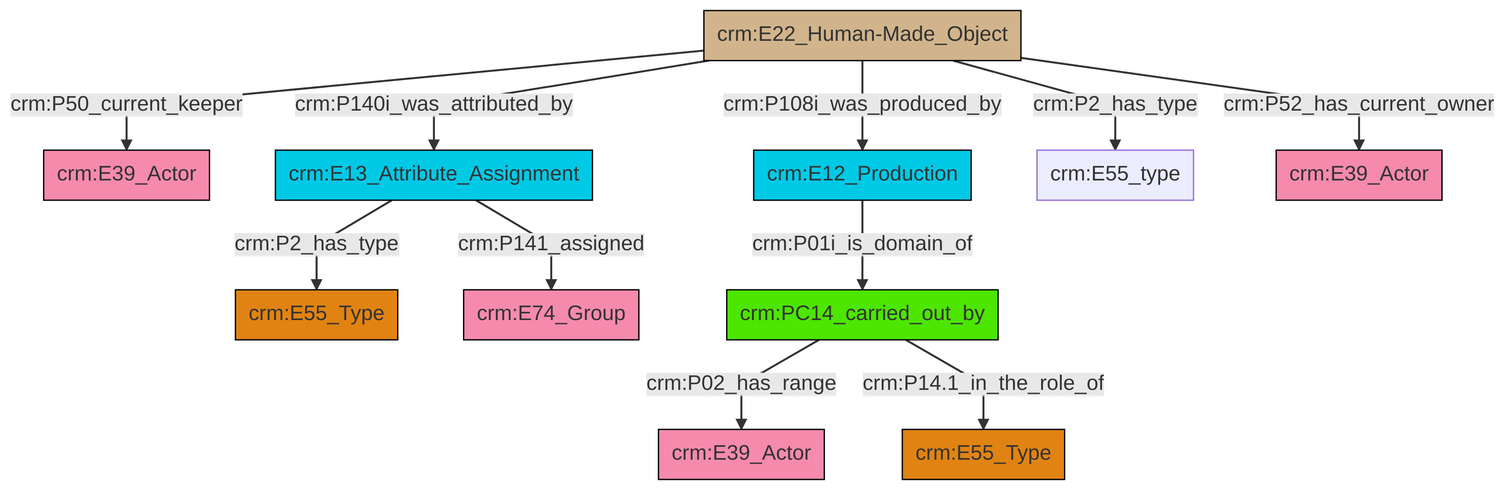
The Mermaid diagram et/artworkCSV/ttl/mmd/png/Artwork_Actor_Relations.png in swiss-art-research-net/reference-data-models, before a commit. Its source is kept beside it as et/artworkCSV/ttl/mmd/Artwork_Actor_Relations.ttl.mmd.
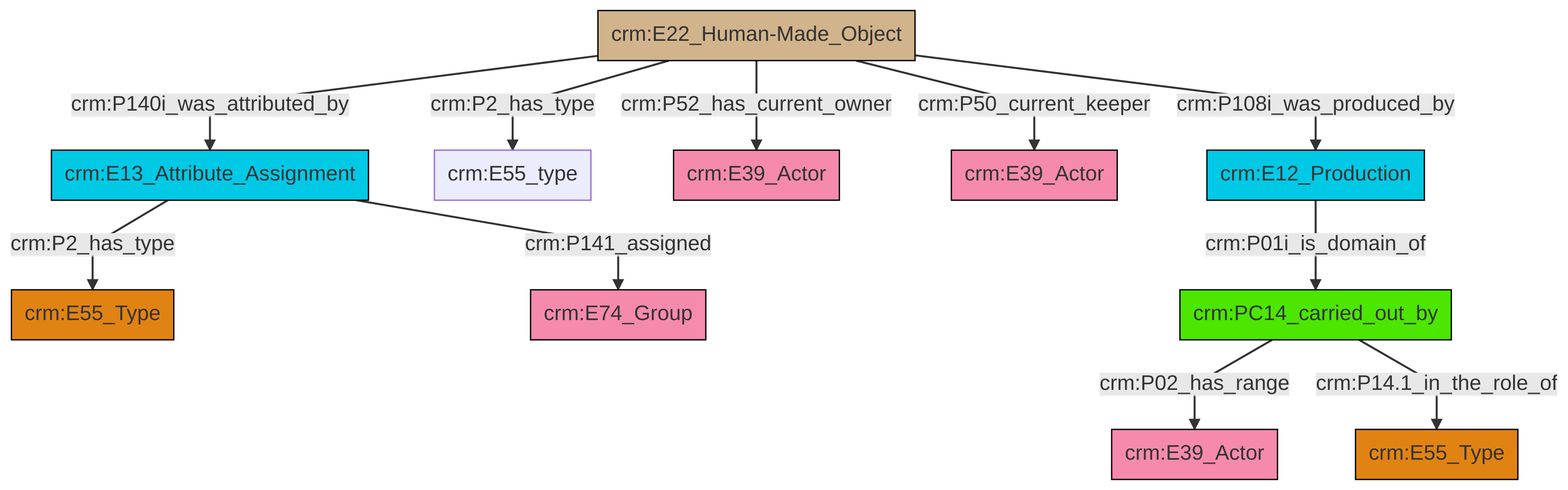
Above is the later version.

Diff of the diagram source:
```diff
@@ -13,13 +13,13 @@
 classDef PC_Classes fill:#4ce600, stroke:#000000;
 classDef Multi fill:#cccccc,stroke:#000000;
 
-0["crm:E22_Human-Made_Object"]:::Physical_Thing -->|crm:P50_current_keeper| 1["crm:E39_Actor"]:::Actor
-0["crm:E22_Human-Made_Object"]:::Physical_Thing -->|crm:P140i_was_attributed_by| 2["crm:E13_Attribute_Assignment"]:::Temporal_Entity
-2["crm:E13_Attribute_Assignment"]:::Temporal_Entity -->|crm:P141_assigned| 8["crm:E74_Group"]:::Actor
-10["crm:E12_Production"]:::Temporal_Entity -->|crm:P01i_is_domain_of| 14["crm:PC14_carried_out_by"]:::PC_Classes
-0["crm:E22_Human-Made_Object"]:::Physical_Thing -->|crm:P108i_was_produced_by| 10["crm:E12_Production"]:::Temporal_Entity
-14["crm:PC14_carried_out_by"]:::PC_Classes -->|crm:P02_has_range| 12["crm:E39_Actor"]:::Actor
-2["crm:E13_Attribute_Assignment"]:::Temporal_Entity -->|crm:P2_has_type| 5["crm:E55_Type"]:::Type
-14["crm:PC14_carried_out_by"]:::PC_Classes -->|crm:P14.1_in_the_role_of| 3["crm:E55_Type"]:::Type
-0["crm:E22_Human-Made_Object"]:::Physical_Thing -->|crm:P2_has_type| 17["crm:E55_type"]:::Default
-0["crm:E22_Human-Made_Object"]:::Physical_Thing -->|crm:P52_has_current_owner| 19["crm:E39_Actor"]:::Actor
+2["crm:E13_Attribute_Assignment"]:::Temporal_Entity -->|crm:P2_has_type| 3["crm:E55_Type"]:::Type
+4["crm:E22_Human-Made_Object"]:::Physical_Thing -->|crm:P140i_was_attributed_by| 2["crm:E13_Attribute_Assignment"]:::Temporal_Entity
+5["crm:PC14_carried_out_by"]:::PC_Classes -->|crm:P02_has_range| 0["crm:E39_Actor"]:::Actor
+5["crm:PC14_carried_out_by"]:::PC_Classes -->|crm:P14.1_in_the_role_of| 12["crm:E55_Type"]:::Type
+4["crm:E22_Human-Made_Object"]:::Physical_Thing -->|crm:P2_has_type| 10["crm:E55_type"]:::Default
+4["crm:E22_Human-Made_Object"]:::Physical_Thing -->|crm:P52_has_current_owner| 13["crm:E39_Actor"]:::Actor
+4["crm:E22_Human-Made_Object"]:::Physical_Thing -->|crm:P50_current_keeper| 8["crm:E39_Actor"]:::Actor
+20["crm:E12_Production"]:::Temporal_Entity -->|crm:P01i_is_domain_of| 5["crm:PC14_carried_out_by"]:::PC_Classes
+2["crm:E13_Attribute_Assignment"]:::Temporal_Entity -->|crm:P141_assigned| 14["crm:E74_Group"]:::Actor
+4["crm:E22_Human-Made_Object"]:::Physical_Thing -->|crm:P108i_was_produced_by| 20["crm:E12_Production"]:::Temporal_Entity
```
